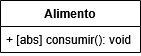
This is Front/AprendaAlgoritmos/imagens/diagrama-abstrato.png from useruser1985official/ProjetosSitesCriados, a draw.io export, as it was before one commit. Source tidied: cells renumbered, new cells last; positions are measured from the earlier drawing's top-left corner, leaving out a move shared by most shapes. The source it was exported from:
```xml
<mxGraphModel>
  <root>
    <mxCell id="0" />
    <mxCell id="1" parent="0" />
    <mxCell id="2" value="Alimento" style="swimlane;fontStyle=1;align=center;verticalAlign=top;horizontal=1;startSize=26;whiteSpace=wrap;html=1;" parent="1" vertex="1">
      <mxGeometry width="140" height="52" as="geometry" />
    </mxCell>
    <mxCell id="3" value="+ [abs] consumir(): void" style="text;strokeColor=none;fillColor=none;align=left;verticalAlign=top;spacingLeft=4;spacingRight=4;overflow=hidden;points=[[0,0.5],[1,0.5]];portConstraint=eastwest;whiteSpace=wrap;html=1;" parent="2" vertex="1">
      <mxGeometry y="26" width="140" height="26" as="geometry" />
    </mxCell>
  </root>
</mxGraphModel>
```
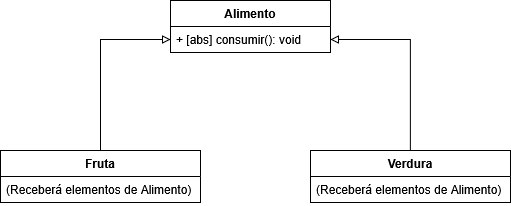
The same diagram one commit later.

Change to the diagram source:
```diff
@@ -3,10 +3,28 @@
     <mxCell id="0" />
     <mxCell id="1" parent="0" />
     <mxCell id="2" value="Alimento" style="swimlane;fontStyle=1;align=center;verticalAlign=top;horizontal=1;startSize=26;whiteSpace=wrap;html=1;" parent="1" vertex="1">
-      <mxGeometry width="140" height="52" as="geometry" />
+      <mxGeometry width="160" height="52" as="geometry" />
     </mxCell>
     <mxCell id="3" value="+ [abs] consumir(): void" style="text;strokeColor=none;fillColor=none;align=left;verticalAlign=top;spacingLeft=4;spacingRight=4;overflow=hidden;points=[[0,0.5],[1,0.5]];portConstraint=eastwest;whiteSpace=wrap;html=1;" parent="2" vertex="1">
-      <mxGeometry y="26" width="140" height="26" as="geometry" />
+      <mxGeometry y="26" width="160" height="26" as="geometry" />
     </mxCell>
+    <mxCell id="4" style="edgeStyle=orthogonalEdgeStyle;rounded=0;jettySize=auto;html=1;entryX=0;entryY=0.5;entryDx=0;entryDy=0;endArrow=block;endFill=0;" parent="1" edge="1" source="5" target="3">
+      <mxGeometry relative="1" as="geometry" />
+    </mxCell>
+    <mxCell id="5" value="Fruta" style="swimlane;fontStyle=1;align=center;verticalAlign=top;horizontal=1;startSize=26;whiteSpace=wrap;html=1;" parent="1" vertex="1">
+      <mxGeometry x="-170" y="150" width="200" height="52" as="geometry" />
+    </mxCell>
+    <mxCell id="6" value="(Receberá elementos de Alimento)" style="text;strokeColor=none;fillColor=none;align=left;verticalAlign=top;spacingLeft=4;spacingRight=4;overflow=hidden;whiteSpace=wrap;html=1;" parent="5" vertex="1">
+      <mxGeometry y="26" width="200" height="26" as="geometry" />
+    </mxCell>
+    <mxCell id="7" style="edgeStyle=orthogonalEdgeStyle;rounded=0;jettySize=auto;html=1;entryX=1;entryY=0.5;entryDx=0;entryDy=0;endArrow=block;endFill=0;" parent="1" edge="1" source="8" target="3">
+      <mxGeometry relative="1" as="geometry" />
+    </mxCell>
+    <mxCell id="8" value="Verdura" style="swimlane;fontStyle=1;align=center;verticalAlign=top;horizontal=1;startSize=26;whiteSpace=wrap;html=1;" parent="1" vertex="1">
+      <mxGeometry x="140" y="150" width="200" height="52" as="geometry" />
+    </mxCell>
+    <mxCell id="9" value="(Receberá elementos de Alimento)" style="text;strokeColor=none;fillColor=none;align=left;verticalAlign=top;spacingLeft=4;spacingRight=4;overflow=hidden;whiteSpace=wrap;html=1;" parent="8" vertex="1">
+      <mxGeometry y="26" width="200" height="26" as="geometry" />
+    </mxCell>
   </root>
 </mxGraphModel>
```
